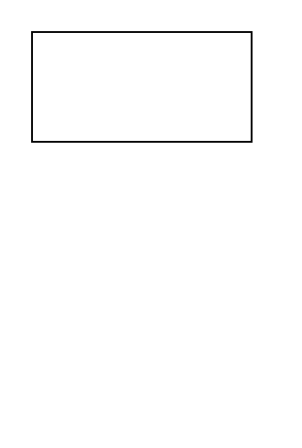
This is Untitled Diagram.drawio from chrisstorey/hashicorp-draw-io, a draw.io file, before an edit. Source tidied: cells renumbered, new cells numbered last; positions are measured from the earlier drawing's top-left corner, leaving out a move shared by most shapes. Both pictures are drawn from the tidied source at 183%, with x=0, y=0 at pixel (31, 31).
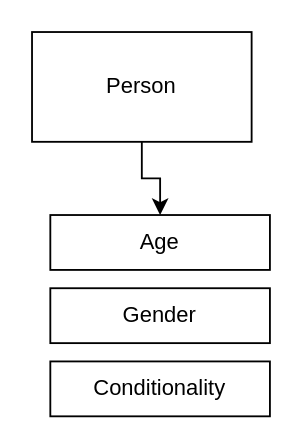
The same page after the edit.

What changed in the source:
```diff
@@
 <mxGraphModel>
   <root>
     <mxCell id="0" />
     <mxCell id="1" parent="0" />
+    <mxCell id="3" style="edgeStyle=orthogonalEdgeStyle;rounded=0;jettySize=auto;html=1;entryX=0.5;entryY=0;entryDx=0;entryDy=0;" parent="1" edge="1" source="2" target="4">
+      <mxGeometry relative="1" as="geometry" />
+    </mxCell>
-    <mxCell id="2" style="rounded=0;whiteSpace=wrap;html=1;" parent="1" vertex="1">
+    <mxCell id="2" value="Person" style="rounded=0;whiteSpace=wrap;html=1;" parent="1" vertex="1">
       <mxGeometry width="120" height="60" as="geometry" />
     </mxCell>
+    <mxCell id="4" value="Age" style="rounded=0;whiteSpace=wrap;html=1;" parent="1" vertex="1">
+      <mxGeometry x="10" y="100" width="120" height="30" as="geometry" />
+    </mxCell>
+    <mxCell id="5" value="Gender" style="rounded=0;whiteSpace=wrap;html=1;" parent="1" vertex="1">
+      <mxGeometry x="10" y="140" width="120" height="30" as="geometry" />
+    </mxCell>
+    <mxCell id="6" value="Conditionality" style="rounded=0;whiteSpace=wrap;html=1;" parent="1" vertex="1">
+      <mxGeometry x="10" y="180" width="120" height="30" as="geometry" />
+    </mxCell>
   </root>
 </mxGraphModel>
```
